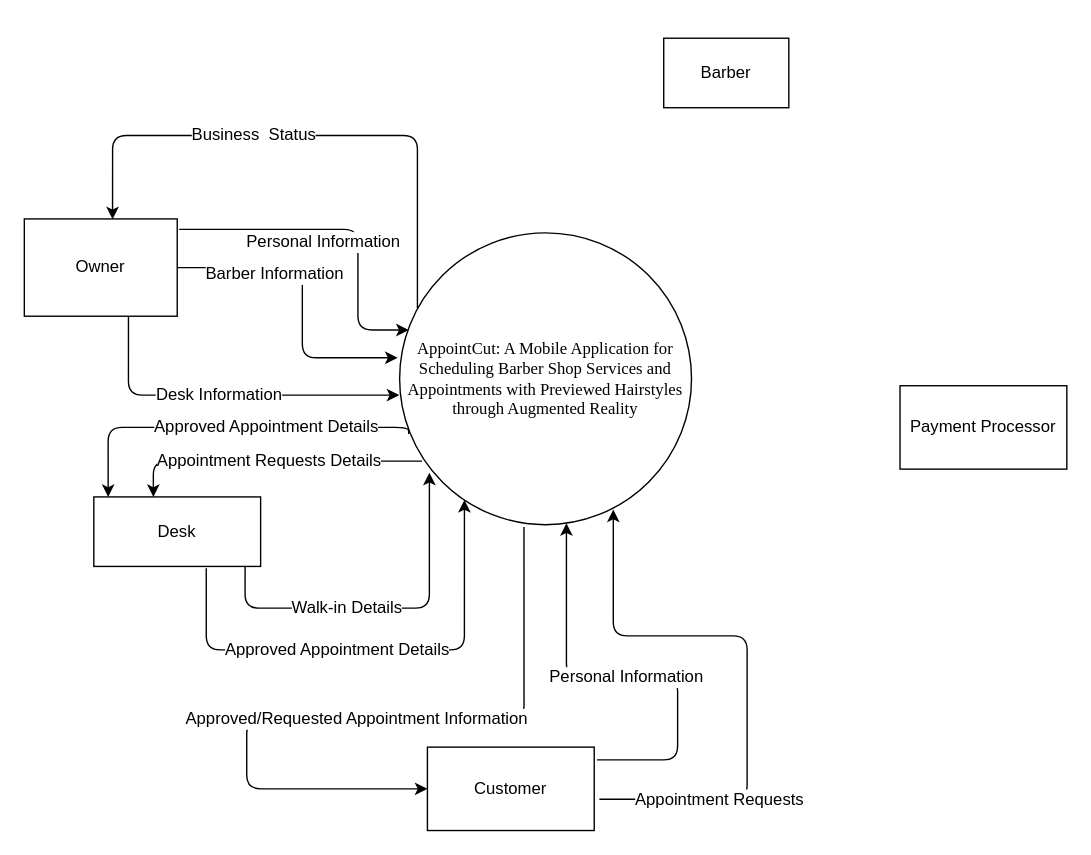
Above: page "CFD" (1 of 2) of Diagrams/Context.drawio in iampotato16/AppointCut (draw.io), before the change. Source tidied: cells renumbered, new cells numbered last; positions are measured from the earlier drawing's top-left corner, leaving out a move shared by most shapes. Both pictures are drawn from the tidied source at 139%, with x=0, y=0 at pixel (24, 38).
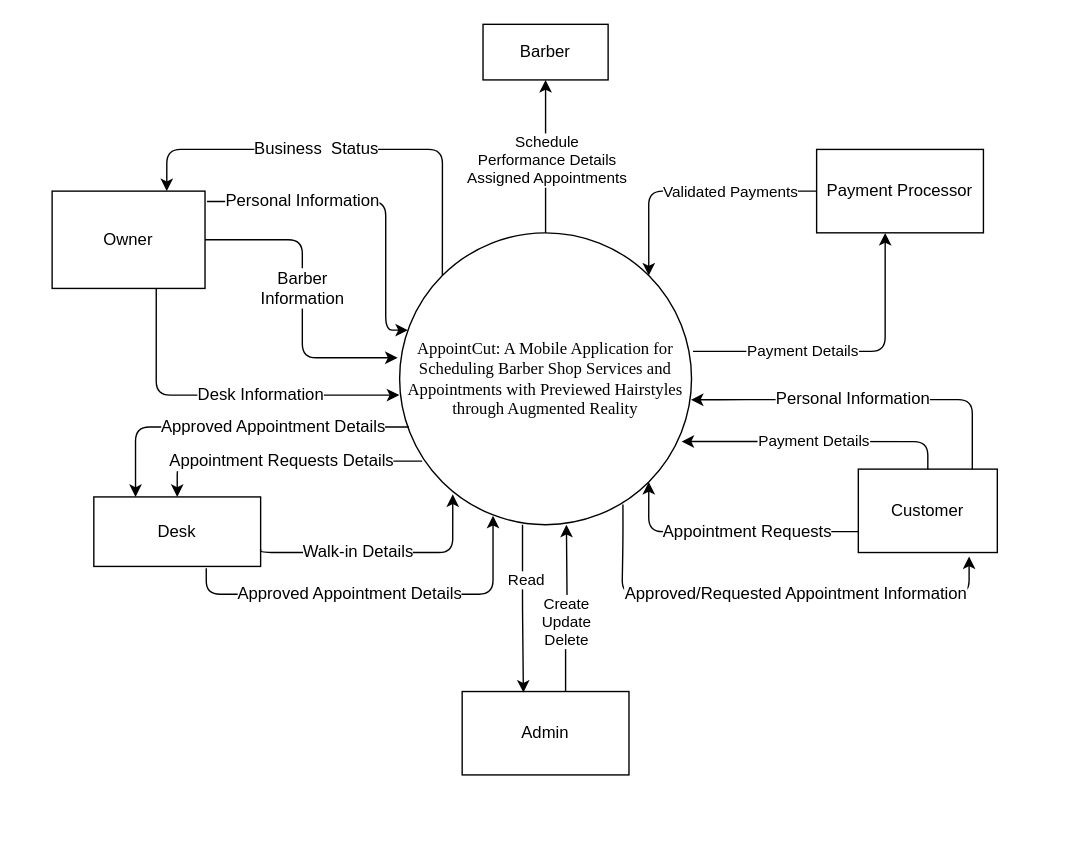
Above is the later version.

Unchanged cells that the change refers to:
```xml
<mxCell id="2" value="&lt;font style=&quot;font-size: 12px&quot;&gt;&lt;span style=&quot;font-family: &amp;#34;times new roman&amp;#34; ; color: rgb(0 , 0 , 0) ; background-color: transparent ; font-style: normal ; font-variant: normal ; text-decoration: none ; vertical-align: baseline&quot; id=&quot;docs-internal-guid-279cb4f7-7fff-44b1-516b-acc277abbe0b&quot;&gt;AppointCut: A Mobile Application for Scheduling Barber Shop Services and Appointments with Previewed Hairstyles through Augmented Reality&lt;/span&gt;&lt;/font&gt;" style="ellipse;whiteSpace=wrap;html=1;" parent="1" vertex="1">
  <mxGeometry x="270" y="140" width="210" height="210" as="geometry" />
</mxCell>
<mxCell id="4" value="Desk" style="rounded=0;whiteSpace=wrap;html=1;fontSize=12;" parent="1" vertex="1">
  <mxGeometry x="50" y="330" width="120" height="50" as="geometry" />
</mxCell>
```

Change to the diagram source:
```diff
@@
     <mxCell id="3" value="Owner" style="rounded=0;whiteSpace=wrap;html=1;fontSize=12;" parent="1" vertex="1">
-      <mxGeometry y="130" width="110" height="70" as="geometry" />
+      <mxGeometry x="20" y="110" width="110" height="70" as="geometry" />
     </mxCell>
@@
     <mxCell id="5" value="Barber" style="rounded=0;whiteSpace=wrap;html=1;fontSize=12;" parent="1" vertex="1">
-      <mxGeometry x="460" width="90" height="50" as="geometry" />
+      <mxGeometry x="330" y="-10" width="90" height="40" as="geometry" />
     </mxCell>
     <mxCell id="6" value="Customer" style="rounded=0;whiteSpace=wrap;html=1;fontSize=12;" parent="1" vertex="1">
-      <mxGeometry x="290" y="510" width="120" height="60" as="geometry" />
+      <mxGeometry x="600" y="310" width="100" height="60" as="geometry" />
     </mxCell>
     <mxCell id="7" value="Payment Processor" style="rounded=0;whiteSpace=wrap;html=1;fontSize=12;" parent="1" vertex="1">
-      <mxGeometry x="630" y="250" width="120" height="60" as="geometry" />
+      <mxGeometry x="570" y="80" width="120" height="60" as="geometry" />
     </mxCell>
-    <mxCell id="8" value="Business&amp;nbsp; Status" style="endArrow=classic;html=1;rounded=1;fontSize=12;edgeStyle=orthogonalEdgeStyle;entryX=0.577;entryY=0.004;entryDx=0;entryDy=0;entryPerimeter=0;exitX=0.061;exitY=0.258;exitDx=0;exitDy=0;exitPerimeter=0;" parent="1" edge="1" source="2" target="3">
-      <mxGeometry x="0.2" relative="1" as="geometry">
+    <mxCell id="8" value="Business&amp;nbsp; Status" style="endArrow=classic;html=1;rounded=1;fontSize=12;edgeStyle=orthogonalEdgeStyle;exitX=0;exitY=0;exitDx=0;exitDy=0;entryX=0.75;entryY=0;entryDx=0;entryDy=0;" parent="1" edge="1" source="2" target="3">
+      <mxGeometry x="0.14" relative="1" as="geometry">
         <Array as="points">
-          <mxPoint x="283" y="70" />
-          <mxPoint x="63" y="70" />
+          <mxPoint x="301" y="80" />
+          <mxPoint x="103" y="80" />
+          <mxPoint x="103" y="110" />
         </Array>
       </mxGeometry>
     </mxCell>
-    <mxCell id="9" value="Personal Information" style="endArrow=classic;html=1;rounded=1;fontSize=12;edgeStyle=orthogonalEdgeStyle;entryX=0.031;entryY=0.333;entryDx=0;entryDy=0;entryPerimeter=0;exitX=1.013;exitY=0.107;exitDx=0;exitDy=0;exitPerimeter=0;" parent="1" edge="1" source="3" target="2">
-      <mxGeometry x="-0.12" y="-10" relative="1" as="geometry">
+    <mxCell id="9" value="Personal Information" style="endArrow=classic;html=1;rounded=1;fontSize=12;edgeStyle=orthogonalEdgeStyle;exitX=1.013;exitY=0.107;exitDx=0;exitDy=0;exitPerimeter=0;" parent="1" edge="1" source="3" target="2">
+      <mxGeometry x="-0.42" relative="1" as="geometry">
         <Array as="points">
-          <mxPoint x="240" y="138" />
-          <mxPoint x="240" y="210" />
+          <mxPoint x="260" y="118" />
+          <mxPoint x="260" y="210" />
         </Array>
       </mxGeometry>
     </mxCell>
-    <mxCell id="10" value="Barber Information" style="endArrow=classic;html=1;rounded=1;fontSize=12;edgeStyle=orthogonalEdgeStyle;exitX=1;exitY=0.5;exitDx=0;exitDy=0;entryX=-0.007;entryY=0.428;entryDx=0;entryDy=0;entryPerimeter=0;" parent="1" edge="1" source="3" target="2">
-      <mxGeometry x="-0.37" y="-5" relative="1" as="geometry">
+    <mxCell id="10" value="Barber&lt;br&gt;Information" style="endArrow=classic;html=1;rounded=1;fontSize=12;edgeStyle=orthogonalEdgeStyle;exitX=1;exitY=0.5;exitDx=0;exitDy=0;entryX=-0.007;entryY=0.428;entryDx=0;entryDy=0;entryPerimeter=0;" parent="1" edge="1" source="3" target="2">
+      <mxGeometry x="-0.06" relative="1" as="geometry">
         <Array as="points">
-          <mxPoint x="200" y="165" />
+          <mxPoint x="200" y="145" />
           <mxPoint x="200" y="230" />
         </Array>
       </mxGeometry>
     </mxCell>
     <mxCell id="11" value="Desk Information" style="endArrow=classic;html=1;rounded=1;fontSize=12;edgeStyle=orthogonalEdgeStyle;exitX=0.681;exitY=1.002;exitDx=0;exitDy=0;entryX=-0.001;entryY=0.556;entryDx=0;entryDy=0;entryPerimeter=0;exitPerimeter=0;" parent="1" edge="1" source="3" target="2">
-      <mxGeometry x="-0.03" relative="1" as="geometry">
+      <mxGeometry x="0.21" relative="1" as="geometry">
         <Array as="points">
-          <mxPoint x="75" y="257" />
+          <mxPoint x="95" y="257" />
         </Array>
       </mxGeometry>
     </mxCell>
-    <mxCell id="12" value="Approved Appointment Details" style="endArrow=classic;html=1;rounded=1;fontSize=12;edgeStyle=orthogonalEdgeStyle;exitX=0.031;exitY=0.689;exitDx=0;exitDy=0;exitPerimeter=0;entryX=0.086;entryY=0;entryDx=0;entryDy=0;entryPerimeter=0;" parent="1" edge="1" source="2" target="4">
+    <mxCell id="12" value="Approved Appointment Details" style="endArrow=classic;html=1;rounded=1;fontSize=12;edgeStyle=orthogonalEdgeStyle;exitX=0.032;exitY=0.665;exitDx=0;exitDy=0;exitPerimeter=0;entryX=0.25;entryY=0;entryDx=0;entryDy=0;" parent="1" edge="1" source="2" target="4">
       <mxGeometry x="-0.21" relative="1" as="geometry">
         <Array as="points">
-          <mxPoint x="277" y="280" />
-          <mxPoint x="60" y="280" />
+          <mxPoint x="80" y="280" />
         </Array>
       </mxGeometry>
     </mxCell>
-    <mxCell id="13" value="Walk-in Details" style="endArrow=classic;html=1;rounded=1;fontSize=12;edgeStyle=orthogonalEdgeStyle;entryX=0.102;entryY=0.822;entryDx=0;entryDy=0;entryPerimeter=0;exitX=0.907;exitY=1.003;exitDx=0;exitDy=0;exitPerimeter=0;" parent="1" edge="1" source="4" target="2">
+    <mxCell id="13" value="Walk-in Details" style="endArrow=classic;html=1;rounded=1;fontSize=12;edgeStyle=orthogonalEdgeStyle;exitX=1;exitY=0.75;exitDx=0;exitDy=0;entryX=0.182;entryY=0.896;entryDx=0;entryDy=0;entryPerimeter=0;" parent="1" edge="1" source="4" target="2">
       <mxGeometry x="-0.21" relative="1" as="geometry">
         <Array as="points">
-          <mxPoint x="159" y="410" />
-          <mxPoint x="291" y="410" />
+          <mxPoint x="170" y="370" />
+          <mxPoint x="308" y="370" />
         </Array>
       </mxGeometry>
     </mxCell>
-    <mxCell id="14" value="Approved Appointment Details" style="endArrow=classic;html=1;rounded=1;fontSize=12;edgeStyle=orthogonalEdgeStyle;exitX=0.674;exitY=1.026;exitDx=0;exitDy=0;exitPerimeter=0;entryX=0.222;entryY=0.915;entryDx=0;entryDy=0;entryPerimeter=0;" parent="1" edge="1" source="4" target="2">
+    <mxCell id="14" value="Approved Appointment Details" style="endArrow=classic;html=1;rounded=1;fontSize=12;edgeStyle=orthogonalEdgeStyle;exitX=0.674;exitY=1.026;exitDx=0;exitDy=0;exitPerimeter=0;entryX=0.32;entryY=0.969;entryDx=0;entryDy=0;entryPerimeter=0;" parent="1" edge="1" source="4" target="2">
       <mxGeometry x="-0.13" relative="1" as="geometry">
         <Array as="points">
-          <mxPoint x="131" y="440" />
-          <mxPoint x="317" y="440" />
+          <mxPoint x="131" y="400" />
+          <mxPoint x="337" y="400" />
         </Array>
       </mxGeometry>
     </mxCell>
-    <mxCell id="15" value="Personal Information" style="endArrow=classic;html=1;rounded=1;fontSize=12;edgeStyle=orthogonalEdgeStyle;exitX=1.017;exitY=0.153;exitDx=0;exitDy=0;exitPerimeter=0;" parent="1" edge="1" source="6" target="2">
-      <mxGeometry relative="1" as="geometry">
+    <mxCell id="15" value="Personal Information" style="endArrow=classic;html=1;rounded=1;fontSize=12;edgeStyle=orthogonalEdgeStyle;entryX=0.998;entryY=0.572;entryDx=0;entryDy=0;entryPerimeter=0;" parent="1" edge="1" source="6" target="2">
+      <mxGeometry x="0.08" relative="1" as="geometry">
         <Array as="points">
-          <mxPoint x="470" y="519" />
-          <mxPoint x="470" y="460" />
-          <mxPoint x="390" y="460" />
+          <mxPoint x="682" y="260" />
+          <mxPoint x="510" y="260" />
         </Array>
       </mxGeometry>
     </mxCell>
-    <mxCell id="16" value="Approved/Requested Appointment Information" style="endArrow=classic;html=1;rounded=1;fontSize=12;edgeStyle=orthogonalEdgeStyle;entryX=0;entryY=0.5;entryDx=0;entryDy=0;exitX=0.426;exitY=1.008;exitDx=0;exitDy=0;exitPerimeter=0;" parent="1" edge="1" source="2" target="6">
-      <mxGeometry relative="1" as="geometry">
+    <mxCell id="16" value="Approved/Requested Appointment Information" style="endArrow=classic;html=1;rounded=1;fontSize=12;edgeStyle=orthogonalEdgeStyle;exitX=0.765;exitY=0.931;exitDx=0;exitDy=0;exitPerimeter=0;entryX=0.797;entryY=1.047;entryDx=0;entryDy=0;entryPerimeter=0;" parent="1" edge="1" source="2" target="6">
+      <mxGeometry x="0.11" relative="1" as="geometry">
         <Array as="points">
-          <mxPoint x="359" y="490" />
-          <mxPoint x="160" y="490" />
-          <mxPoint x="160" y="540" />
+          <mxPoint x="431" y="360" />
+          <mxPoint x="430" y="360" />
+          <mxPoint x="430" y="400" />
+          <mxPoint x="680" y="400" />
         </Array>
       </mxGeometry>
     </mxCell>
-    <mxCell id="17" value="Appointment Requests" style="endArrow=classic;html=1;rounded=1;fontSize=12;edgeStyle=orthogonalEdgeStyle;exitX=1.031;exitY=0.625;exitDx=0;exitDy=0;exitPerimeter=0;entryX=0.732;entryY=0.948;entryDx=0;entryDy=0;entryPerimeter=0;" parent="1" edge="1" source="6" target="2">
-      <mxGeometry x="-0.58" relative="1" as="geometry">
+    <mxCell id="17" value="Appointment Requests" style="endArrow=classic;html=1;rounded=1;fontSize=12;edgeStyle=orthogonalEdgeStyle;entryX=1;entryY=1;entryDx=0;entryDy=0;exitX=0;exitY=0.75;exitDx=0;exitDy=0;" parent="1" edge="1" source="6" target="2">
+      <mxGeometry x="-0.14" relative="1" as="geometry">
         <Array as="points">
-          <mxPoint x="520" y="548" />
-          <mxPoint x="520" y="430" />
-          <mxPoint x="424" y="430" />
+          <mxPoint x="449" y="355" />
         </Array>
       </mxGeometry>
     </mxCell>
-    <mxCell id="18" value="Appointment Requests Details" style="endArrow=classic;html=1;rounded=1;fontSize=12;edgeStyle=orthogonalEdgeStyle;exitX=0.077;exitY=0.782;exitDx=0;exitDy=0;exitPerimeter=0;entryX=0.357;entryY=0;entryDx=0;entryDy=0;entryPerimeter=0;" parent="1" edge="1" source="2" target="4">
+    <mxCell id="18" value="Appointment Requests Details" style="endArrow=classic;html=1;rounded=1;fontSize=12;edgeStyle=orthogonalEdgeStyle;exitX=0.077;exitY=0.782;exitDx=0;exitDy=0;exitPerimeter=0;entryX=0.5;entryY=0;entryDx=0;entryDy=0;" parent="1" edge="1" source="2" target="4">
       <mxGeometry relative="1" as="geometry" />
     </mxCell>
+    <mxCell id="19" style="endArrow=classic;html=1;rounded=1;edgeStyle=orthogonalEdgeStyle;" parent="1" edge="1" source="2" target="5">
+      <mxGeometry relative="1" as="geometry">
+        <Array as="points">
+          <mxPoint x="375" y="15" />
+        </Array>
+      </mxGeometry>
+    </mxCell>
+    <mxCell id="20" value="Schedule&lt;br&gt;Performance Details&lt;br&gt;Assigned Appointments" style="edgeLabel;html=1;align=center;verticalAlign=middle;" parent="19" vertex="1">
+      <mxGeometry x="-0.4" y="-1" relative="1" as="geometry">
+        <mxPoint x="-1" y="-20" as="offset" />
+      </mxGeometry>
+    </mxCell>
+    <mxCell id="21" value="Payment Details" style="endArrow=classic;html=1;rounded=1;edgeStyle=orthogonalEdgeStyle;exitX=0.5;exitY=0;exitDx=0;exitDy=0;entryX=0.966;entryY=0.715;entryDx=0;entryDy=0;entryPerimeter=0;" parent="1" edge="1" source="6" target="2">
+      <mxGeometry x="0.04" relative="1" as="geometry">
+        <Array as="points">
+          <mxPoint x="650" y="290" />
+        </Array>
+      </mxGeometry>
+    </mxCell>
+    <mxCell id="22" value="Payment Details" style="endArrow=classic;html=1;rounded=1;edgeStyle=orthogonalEdgeStyle;exitX=1.005;exitY=0.406;exitDx=0;exitDy=0;exitPerimeter=0;entryX=0.411;entryY=1.001;entryDx=0;entryDy=0;entryPerimeter=0;" parent="1" edge="1" source="2" target="7">
+      <mxGeometry x="-0.29" relative="1" as="geometry" />
+    </mxCell>
+    <mxCell id="23" style="endArrow=classic;html=1;rounded=1;edgeStyle=orthogonalEdgeStyle;exitX=0;exitY=0.5;exitDx=0;exitDy=0;entryX=1;entryY=0;entryDx=0;entryDy=0;" parent="1" edge="1" source="7" target="2">
+      <mxGeometry relative="1" as="geometry">
+        <Array as="points">
+          <mxPoint x="449" y="110" />
+        </Array>
+      </mxGeometry>
+    </mxCell>
+    <mxCell id="24" value="Validated Payments" style="edgeLabel;html=1;align=center;verticalAlign=middle;" parent="23" vertex="1">
+      <mxGeometry x="-0.13" y="-1" relative="1" as="geometry">
+        <mxPoint x="16" y="1" as="offset" />
+      </mxGeometry>
+    </mxCell>
+    <mxCell id="25" value="Admin" style="rounded=0;whiteSpace=wrap;html=1;fontSize=12;" parent="1" vertex="1">
+      <mxGeometry x="315" y="470" width="120" height="60" as="geometry" />
+    </mxCell>
+    <mxCell id="26" style="endArrow=classic;html=1;rounded=1;strokeColor=default;edgeStyle=orthogonalEdgeStyle;entryX=0.367;entryY=0.013;entryDx=0;entryDy=0;entryPerimeter=0;exitX=0.421;exitY=1;exitDx=0;exitDy=0;exitPerimeter=0;" parent="1" edge="1" source="2" target="25">
+      <mxGeometry relative="1" as="geometry" />
+    </mxCell>
+    <mxCell id="27" value="Read" style="edgeLabel;html=1;align=center;verticalAlign=middle;" parent="26" vertex="1">
+      <mxGeometry x="-0.18" y="-1" relative="1" as="geometry">
+        <mxPoint x="3" y="-10" as="offset" />
+      </mxGeometry>
+    </mxCell>
+    <mxCell id="28" value="Create&lt;br&gt;Update&lt;br&gt;Delete" style="endArrow=classic;html=1;rounded=1;strokeColor=default;edgeStyle=orthogonalEdgeStyle;exitX=0.62;exitY=0.001;exitDx=0;exitDy=0;exitPerimeter=0;" parent="1" edge="1" source="25">
+      <mxGeometry x="-0.17" y="-1" relative="1" as="geometry">
+        <mxPoint x="390" y="350" as="targetPoint" />
+      </mxGeometry>
+    </mxCell>
```
